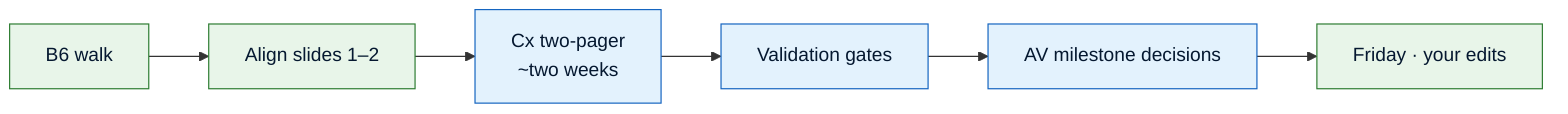
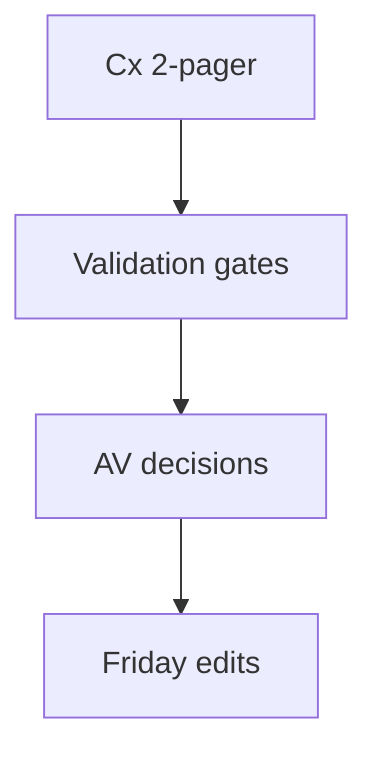
- flowchart LR
-   B6[B6 walk] --> A12[Align slides 1–2]
-   A12 --> CX[Cx two-pager\n~two weeks]
-   CX --> GATES[Validation gates]
-   GATES --> AV[AV milestone decisions]
-   AV --> FRI[Friday · your edits]
+ %% Mirror of dt100/manager-arch-vision-a3.md slide 3 — build uses a3_aligned_render + md
+ flowchart TB
+   CX[Cx 2-pager] --> GATES[Validation gates]
+   GATES --> AV[AV decisions]
+   AV --> FRI[Friday edits]

-   classDef step fill:#E8F5E9,stroke:#2E7D32,color:#051830
-   classDef doc fill:#E3F2FD,stroke:#1565C0,color:#051830
-   class B6,A12,FRI step
  class CX,GATES,AV doc
+   class FRI step
